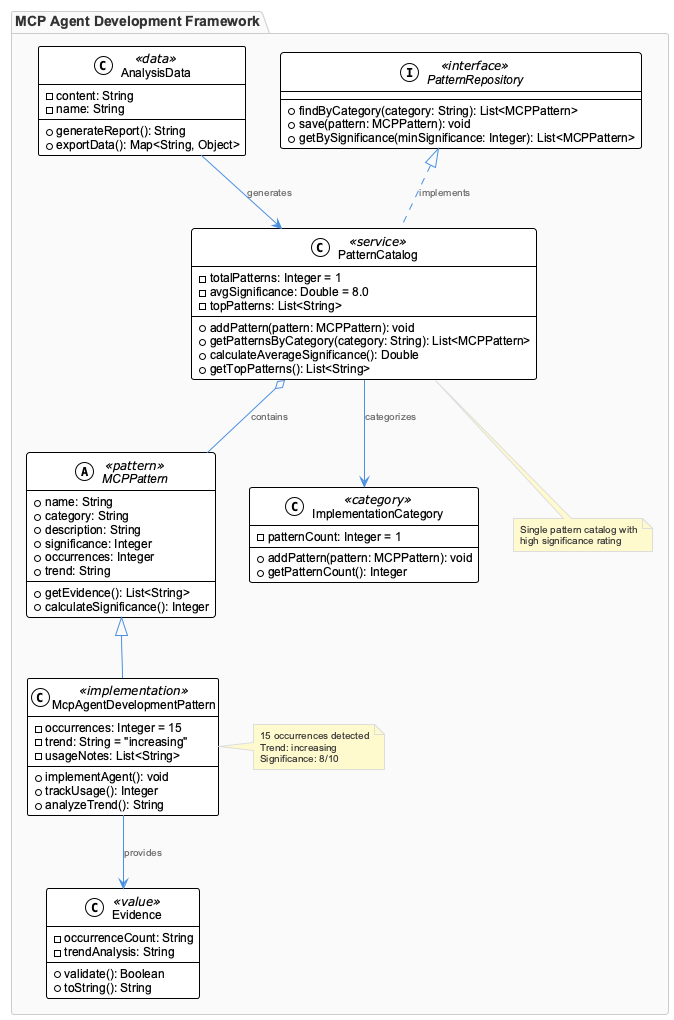
Earlier version of the PlantUML export knowledge-management/insights/images/mcp-agent-development-pattern-class.png (fwornle/coding).
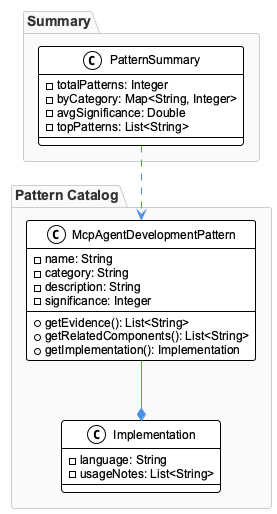
The same diagram one commit later.

Diff of the diagram source:
```diff
@@ -1,80 +1,34 @@
 @startuml
 !include /Users/q284340/Agentic/coding/docs/puml/_standard-style.puml
 
-package "MCP Agent Development Framework" {
+package "Pattern Catalog" {
+  class McpAgentDevelopmentPattern {
+    - name: String
+    - category: String
+    - description: String
+    - significance: Integer
+    + getEvidence(): List<String>
+    + getRelatedComponents(): List<String>
+    + getImplementation(): Implementation
+  }
 
-    abstract class MCPPattern <<pattern>> {
-        +name: String
-        +category: String
-        +description: String
-        +significance: Integer
-        +occurrences: Integer
-        +trend: String
-        +getEvidence(): List<String>
-        +calculateSignificance(): Integer
-    }
+  class Implementation {
+    - language: String
+    - usageNotes: List<String>
+  }
 
-    class McpAgentDevelopmentPattern <<implementation>> {
-        -occurrences: Integer = 15
-        -trend: String = "increasing"
-        -usageNotes: List<String>
-        +implementAgent(): void
-        +trackUsage(): Integer
-        +analyzeTrend(): String
-    }
+  McpAgentDevelopmentPattern --* Implementation
+}
 
-    class PatternCatalog <<service>> {
-        -totalPatterns: Integer = 1
-        -avgSignificance: Double = 8.0
-        -topPatterns: List<String>
-        +addPattern(pattern: MCPPattern): void
-        +getPatternsByCategory(category: String): List<MCPPattern>
-        +calculateAverageSignificance(): Double
-        +getTopPatterns(): List<String>
-    }
+package "Summary" {
+  class PatternSummary {
+    - totalPatterns: Integer
+    - byCategory: Map<String, Integer>
+    - avgSignificance: Double
+    - topPatterns: List<String>
+  }
 
-    class ImplementationCategory <<category>> {
-        -patternCount: Integer = 1
-        +addPattern(pattern: MCPPattern): void
-        +getPatternCount(): Integer
-    }
+  PatternSummary ..> McpAgentDevelopmentPattern
+}
 
-    class AnalysisData <<data>> {
-        -content: String
-        -name: String
-        +generateReport(): String
-        +exportData(): Map<String, Object>
-    }
-
-    interface PatternRepository <<interface>> {
-        +findByCategory(category: String): List<MCPPattern>
-        +save(pattern: MCPPattern): void
-        +getBySignificance(minSignificance: Integer): List<MCPPattern>
-    }
-
-    class Evidence <<value>> {
-        -occurrenceCount: String
-        -trendAnalysis: String
-        +validate(): Boolean
-        +toString(): String
-    }
-
-    MCPPattern <|-- McpAgentDevelopmentPattern
-    PatternCatalog o-- MCPPattern : contains
-    PatternCatalog --> ImplementationCategory : categorizes
-    McpAgentDevelopmentPattern --> Evidence : provides
-    AnalysisData --> PatternCatalog : generates
-    PatternRepository <|.. PatternCatalog : implements
-
-    note right of McpAgentDevelopmentPattern
-        15 occurrences detected
-        Trend: increasing
-        Significance: 8/10
-    end note
-
-    note bottom of PatternCatalog
-        Single pattern catalog with
-        high significance rating
-    end note
-}
 @enduml
```
